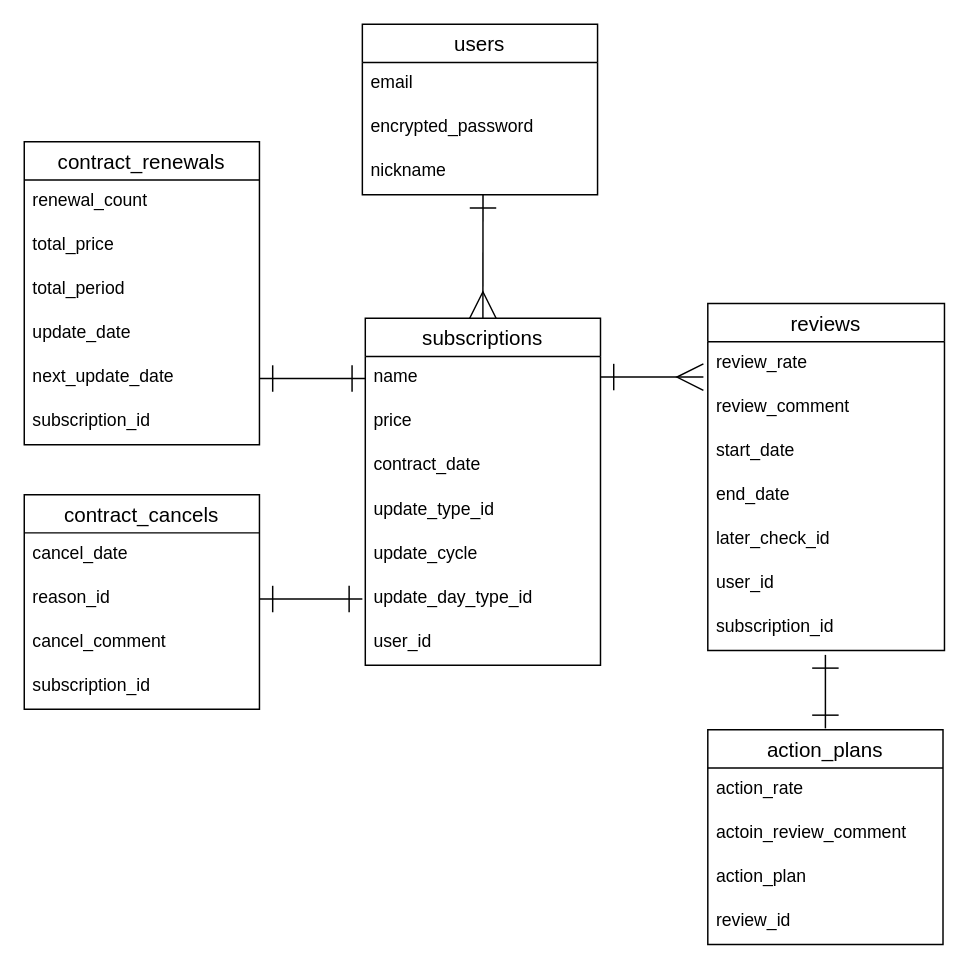
Above: er_dia.dio in 28niwa2108/look-back (draw.io), before the change. Source tidied: cells renumbered, new cells numbered last; positions are measured from the earlier drawing's top-left corner, leaving out a move shared by most shapes. Both pictures are drawn from the tidied source at 147%, with x=0, y=0 at pixel (24, 24).
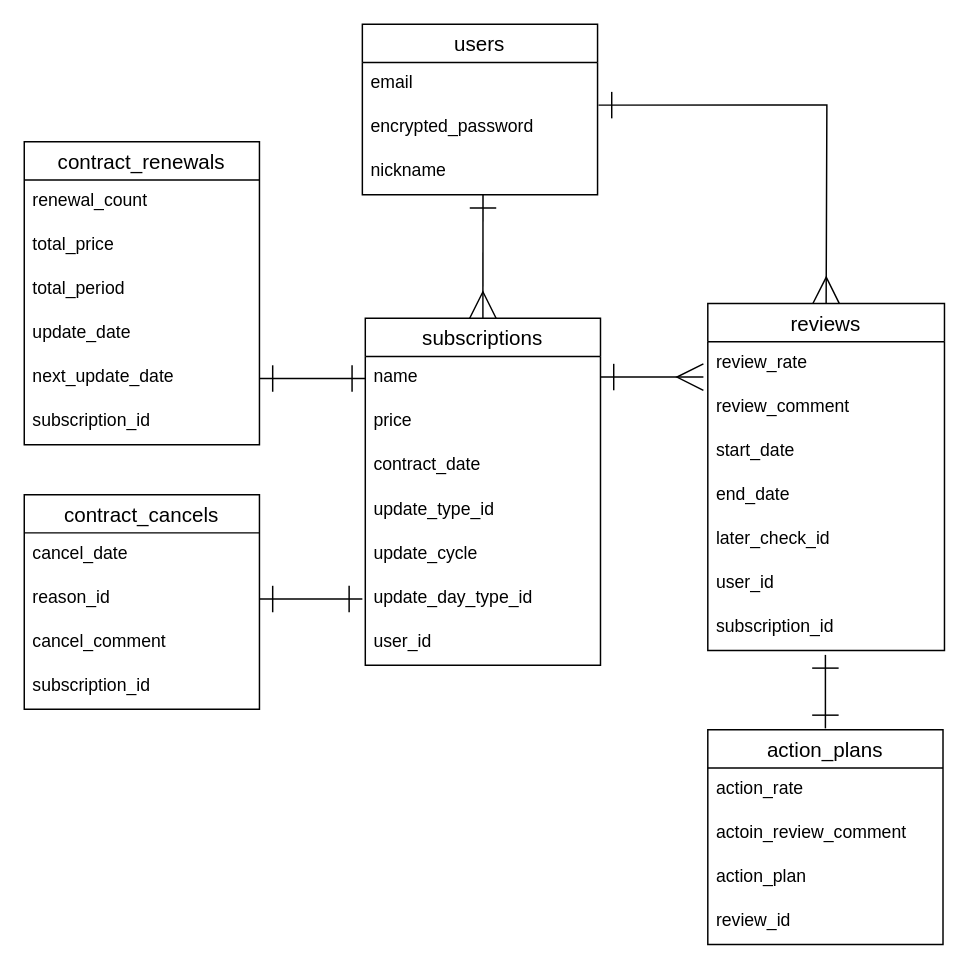
The same page after the edit.

The change refers to these unchanged cells:
```xml
<mxCell id="4" value="encrypted_password" style="text;strokeColor=none;fillColor=none;spacingLeft=4;spacingRight=4;overflow=hidden;points=[[0,0.5],[1,0.5]];portConstraint=eastwest;fontSize=12;" parent="2" vertex="1">
  <mxGeometry y="56" width="160" height="30" as="geometry" />
</mxCell>
<mxCell id="28" value="reviews" style="swimlane;fontStyle=0;horizontal=1;startSize=26;align=center;fontSize=14;" parent="1" vertex="1">
  <mxGeometry x="465" y="190" width="161" height="236" as="geometry" />
</mxCell>
```

What changed in the source:
```diff
@@
+    <mxCell id="44" style="edgeStyle=none;html=1;exitX=0.5;exitY=0;exitDx=0;exitDy=0;entryX=1.004;entryY=-0.033;entryDx=0;entryDy=0;entryPerimeter=0;startArrow=ERmany;startFill=0;endArrow=ERone;endFill=0;endSize=16;startSize=16;rounded=0;" parent="1" edge="1" source="28" target="4">
+      <mxGeometry relative="1" as="geometry">
+        <Array as="points">
+          <mxPoint x="546" y="55" />
+        </Array>
+      </mxGeometry>
+    </mxCell>
```
